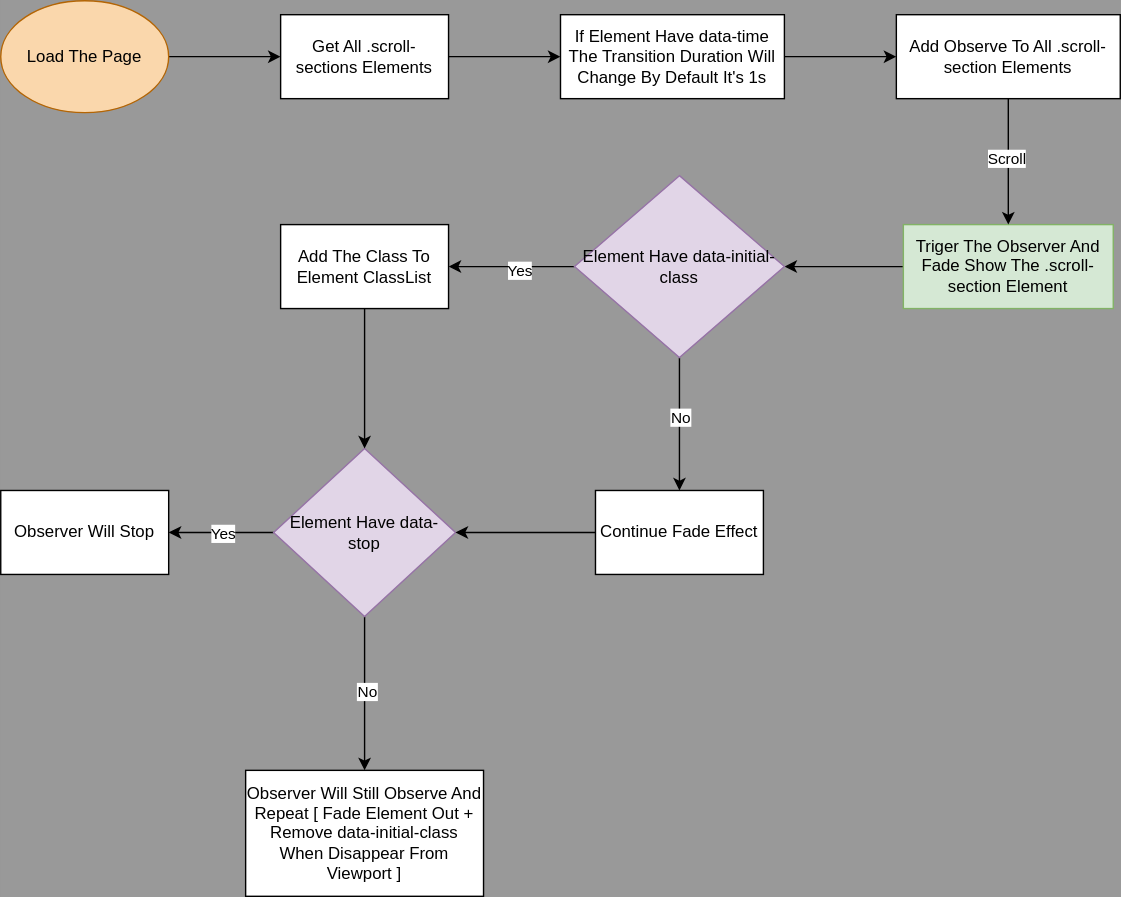
This is Flowchart.svg from kareem-dev-me/Fade-Scroll, a draw.io export, as it was before one commit. Source tidied: cells renumbered, new cells last; positions are measured from the earlier drawing's top-left corner, leaving out a move shared by most shapes.
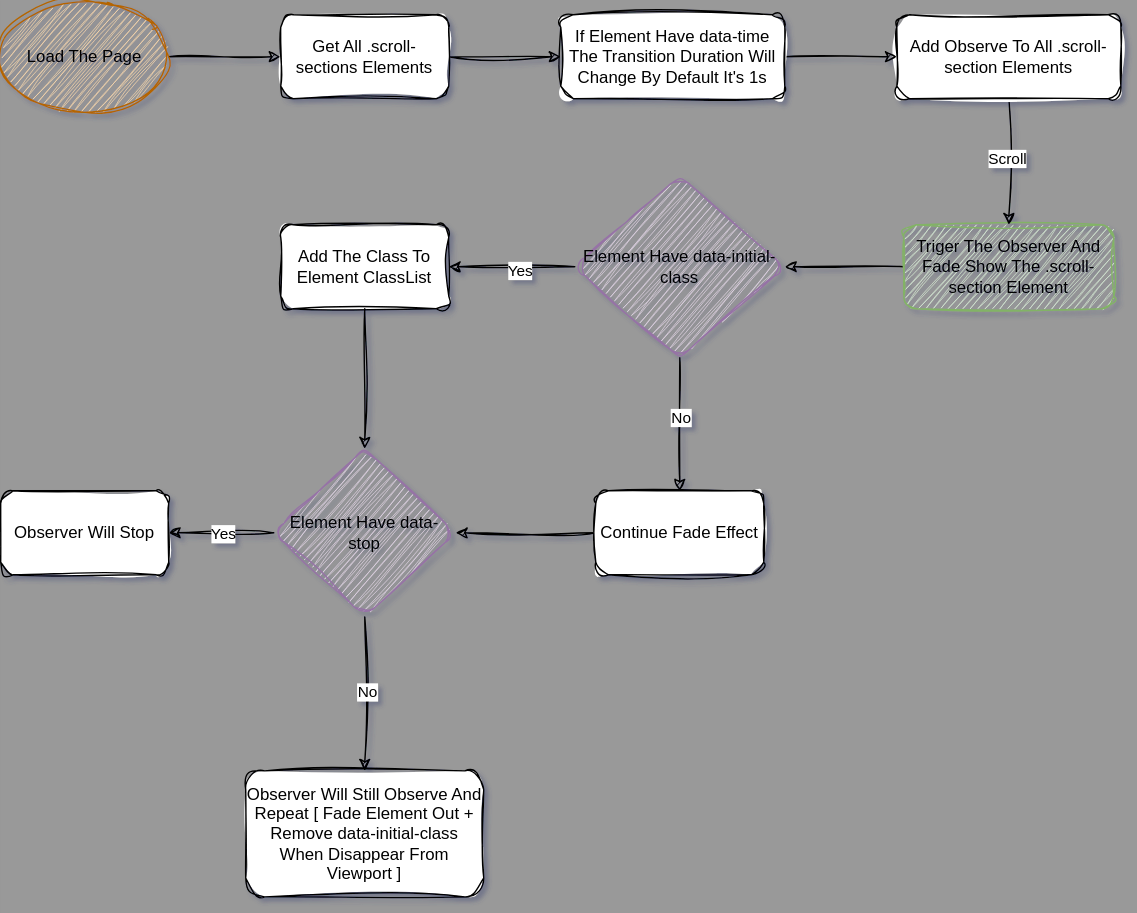
After the change.

What changed in the source:
```diff
@@ -1,92 +1,92 @@
-<mxGraphModel background="#999999">
+<mxGraphModel background="#999999" shadow="1">
   <root>
     <mxCell id="0" />
     <mxCell id="1" parent="0" />
-    <mxCell id="2" style="edgeStyle=orthogonalEdgeStyle;rounded=0;jettySize=auto;html=1;" parent="1" edge="1" source="3" target="22">
+    <mxCell id="2" style="edgeStyle=orthogonalEdgeStyle;rounded=1;jettySize=auto;html=1;sketch=1;curveFitting=1;jiggle=2;" parent="1" edge="1" source="3" target="22">
       <mxGeometry relative="1" as="geometry" />
     </mxCell>
-    <mxCell id="3" value="Triger The Observer And Fade Show The .scroll-section Element" style="rounded=0;whiteSpace=wrap;html=1;fillColor=#d5e8d4;strokeColor=#82b366;" parent="1" vertex="1">
+    <mxCell id="3" value="Triger The Observer And Fade Show The .scroll-section Element" style="rounded=1;whiteSpace=wrap;html=1;fillColor=#d5e8d4;strokeColor=#82b366;sketch=1;curveFitting=1;jiggle=2;" parent="1" vertex="1">
       <mxGeometry x="645" y="160" width="150" height="60" as="geometry" />
     </mxCell>
-    <mxCell id="4" style="edgeStyle=orthogonalEdgeStyle;rounded=0;jettySize=auto;html=1;" parent="1" edge="1" source="6" target="3">
+    <mxCell id="4" style="edgeStyle=orthogonalEdgeStyle;rounded=1;jettySize=auto;html=1;sketch=1;curveFitting=1;jiggle=2;" parent="1" edge="1" source="6" target="3">
       <mxGeometry relative="1" as="geometry" />
     </mxCell>
-    <mxCell id="5" value="Scroll" style="edgeLabel;html=1;align=center;verticalAlign=middle;" parent="4" vertex="1">
+    <mxCell id="5" value="Scroll" style="edgeLabel;html=1;align=center;verticalAlign=middle;sketch=1;curveFitting=1;jiggle=2;rounded=1;" parent="4" vertex="1">
       <mxGeometry x="-0.08" y="-2" relative="1" as="geometry">
         <mxPoint y="1" as="offset" />
       </mxGeometry>
     </mxCell>
-    <mxCell id="6" value="Add Observe To All .scroll-section Elements" style="rounded=0;whiteSpace=wrap;html=1;" parent="1" vertex="1">
+    <mxCell id="6" value="Add Observe To All .scroll-section Elements" style="rounded=1;whiteSpace=wrap;html=1;sketch=1;curveFitting=1;jiggle=2;" parent="1" vertex="1">
       <mxGeometry x="640" y="10" width="160" height="60" as="geometry" />
     </mxCell>
-    <mxCell id="7" style="edgeStyle=orthogonalEdgeStyle;rounded=0;jettySize=auto;html=1;" parent="1" edge="1" source="11" target="12">
+    <mxCell id="7" style="edgeStyle=orthogonalEdgeStyle;rounded=1;jettySize=auto;html=1;sketch=1;curveFitting=1;jiggle=2;" parent="1" edge="1" source="11" target="12">
       <mxGeometry relative="1" as="geometry" />
     </mxCell>
-    <mxCell id="8" value="Yes" style="edgeLabel;html=1;align=center;verticalAlign=middle;" parent="7" vertex="1">
+    <mxCell id="8" value="Yes" style="edgeLabel;html=1;align=center;verticalAlign=middle;sketch=1;curveFitting=1;jiggle=2;rounded=1;" parent="7" vertex="1">
       <mxGeometry x="-0.02" relative="1" as="geometry" />
     </mxCell>
-    <mxCell id="9" style="edgeStyle=orthogonalEdgeStyle;rounded=0;jettySize=auto;html=1;" parent="1" edge="1" source="11" target="13">
+    <mxCell id="9" style="edgeStyle=orthogonalEdgeStyle;rounded=1;jettySize=auto;html=1;sketch=1;curveFitting=1;jiggle=2;" parent="1" edge="1" source="11" target="13">
       <mxGeometry relative="1" as="geometry" />
     </mxCell>
-    <mxCell id="10" value="No" style="edgeLabel;html=1;align=center;verticalAlign=middle;" parent="9" vertex="1">
+    <mxCell id="10" value="No" style="edgeLabel;html=1;align=center;verticalAlign=middle;sketch=1;curveFitting=1;jiggle=2;rounded=1;" parent="9" vertex="1">
       <mxGeometry x="-0.05" y="1" relative="1" as="geometry">
         <mxPoint y="1" as="offset" />
       </mxGeometry>
     </mxCell>
-    <mxCell id="11" value="Element Have data-stop" style="rhombus;whiteSpace=wrap;html=1;rounded=0;fillColor=#e1d5e7;strokeColor=#9673a6;" parent="1" vertex="1">
+    <mxCell id="11" value="Element Have data-stop" style="rhombus;whiteSpace=wrap;html=1;rounded=1;fillColor=#e1d5e7;strokeColor=#9673a6;sketch=1;curveFitting=1;jiggle=2;" parent="1" vertex="1">
       <mxGeometry x="195" y="320" width="130" height="120" as="geometry" />
     </mxCell>
-    <mxCell id="12" value="Observer Will Stop" style="whiteSpace=wrap;html=1;rounded=0;" parent="1" vertex="1">
+    <mxCell id="12" value="Observer Will Stop" style="whiteSpace=wrap;html=1;rounded=1;sketch=1;curveFitting=1;jiggle=2;" parent="1" vertex="1">
       <mxGeometry y="350" width="120" height="60" as="geometry" />
     </mxCell>
-    <mxCell id="13" value="Observer Will Still Observe And Repeat [ Fade Element Out + Remove data-initial-class When Disappear From Viewport ]" style="whiteSpace=wrap;html=1;rounded=0;" parent="1" vertex="1">
+    <mxCell id="13" value="Observer Will Still Observe And Repeat [ Fade Element Out + Remove data-initial-class When Disappear From Viewport ]" style="whiteSpace=wrap;html=1;rounded=1;sketch=1;curveFitting=1;jiggle=2;" parent="1" vertex="1">
       <mxGeometry x="175" y="550" width="170" height="90" as="geometry" />
     </mxCell>
-    <mxCell id="14" style="edgeStyle=orthogonalEdgeStyle;rounded=0;jettySize=auto;html=1;" parent="1" edge="1" source="15" target="17">
+    <mxCell id="14" style="edgeStyle=orthogonalEdgeStyle;rounded=1;jettySize=auto;html=1;sketch=1;curveFitting=1;jiggle=2;" parent="1" edge="1" source="15" target="17">
       <mxGeometry relative="1" as="geometry" />
     </mxCell>
-    <mxCell id="15" value="Load The Page" style="ellipse;whiteSpace=wrap;html=1;fillColor=#fad7ac;strokeColor=#b46504;" parent="1" vertex="1">
+    <mxCell id="15" value="Load The Page" style="ellipse;whiteSpace=wrap;html=1;fillColor=#fad7ac;strokeColor=#b46504;sketch=1;curveFitting=1;jiggle=2;rounded=1;" parent="1" vertex="1">
       <mxGeometry width="120" height="80" as="geometry" />
     </mxCell>
-    <mxCell id="16" style="edgeStyle=orthogonalEdgeStyle;rounded=0;jettySize=auto;html=1;" parent="1" edge="1" source="17" target="28">
+    <mxCell id="16" style="edgeStyle=orthogonalEdgeStyle;rounded=1;jettySize=auto;html=1;sketch=1;curveFitting=1;jiggle=2;" parent="1" edge="1" source="17" target="28">
       <mxGeometry relative="1" as="geometry" />
     </mxCell>
-    <mxCell id="17" value="Get All .scroll-sections Elements" style="whiteSpace=wrap;html=1;" parent="1" vertex="1">
+    <mxCell id="17" value="Get All .scroll-sections Elements" style="whiteSpace=wrap;html=1;sketch=1;curveFitting=1;jiggle=2;rounded=1;" parent="1" vertex="1">
       <mxGeometry x="200" y="10" width="120" height="60" as="geometry" />
     </mxCell>
-    <mxCell id="18" style="edgeStyle=orthogonalEdgeStyle;rounded=0;jettySize=auto;html=1;" parent="1" edge="1" source="22" target="23">
+    <mxCell id="18" style="edgeStyle=orthogonalEdgeStyle;rounded=1;jettySize=auto;html=1;sketch=1;curveFitting=1;jiggle=2;" parent="1" edge="1" source="22" target="23">
       <mxGeometry relative="1" as="geometry" />
     </mxCell>
-    <mxCell id="19" value="Yes" style="edgeLabel;html=1;align=center;verticalAlign=middle;" parent="18" vertex="1">
+    <mxCell id="19" value="Yes" style="edgeLabel;html=1;align=center;verticalAlign=middle;sketch=1;curveFitting=1;jiggle=2;rounded=1;" parent="18" vertex="1">
       <mxGeometry x="-0.12" y="3" relative="1" as="geometry">
         <mxPoint y="-1" as="offset" />
       </mxGeometry>
     </mxCell>
-    <mxCell id="20" style="edgeStyle=orthogonalEdgeStyle;rounded=0;jettySize=auto;html=1;" parent="1" edge="1" source="22" target="25">
+    <mxCell id="20" style="edgeStyle=orthogonalEdgeStyle;rounded=1;jettySize=auto;html=1;sketch=1;curveFitting=1;jiggle=2;" parent="1" edge="1" source="22" target="25">
       <mxGeometry relative="1" as="geometry" />
     </mxCell>
-    <mxCell id="21" value="No" style="edgeLabel;html=1;align=center;verticalAlign=middle;" parent="20" vertex="1">
+    <mxCell id="21" value="No" style="edgeLabel;html=1;align=center;verticalAlign=middle;sketch=1;curveFitting=1;jiggle=2;rounded=1;" parent="20" vertex="1">
       <mxGeometry x="-0.11" relative="1" as="geometry" />
     </mxCell>
-    <mxCell id="22" value="Element Have data-initial-class" style="rhombus;whiteSpace=wrap;html=1;fillColor=#e1d5e7;strokeColor=#9673a6;rounded=0;" parent="1" vertex="1">
+    <mxCell id="22" value="Element Have data-initial-class" style="rhombus;whiteSpace=wrap;html=1;fillColor=#e1d5e7;strokeColor=#9673a6;rounded=1;sketch=1;curveFitting=1;jiggle=2;" parent="1" vertex="1">
       <mxGeometry x="410" y="125" width="150" height="130" as="geometry" />
     </mxCell>
-    <mxCell id="23" value="Add The Class To Element ClassList" style="whiteSpace=wrap;html=1;rounded=0;" parent="1" vertex="1">
+    <mxCell id="23" value="Add The Class To Element ClassList" style="whiteSpace=wrap;html=1;rounded=1;sketch=1;curveFitting=1;jiggle=2;" parent="1" vertex="1">
       <mxGeometry x="200" y="160" width="120" height="60" as="geometry" />
     </mxCell>
-    <mxCell id="24" style="edgeStyle=orthogonalEdgeStyle;rounded=0;jettySize=auto;html=1;" parent="1" edge="1" source="25" target="11">
+    <mxCell id="24" style="edgeStyle=orthogonalEdgeStyle;rounded=1;jettySize=auto;html=1;sketch=1;curveFitting=1;jiggle=2;" parent="1" edge="1" source="25" target="11">
       <mxGeometry relative="1" as="geometry" />
     </mxCell>
-    <mxCell id="25" value="Continue Fade Effect" style="whiteSpace=wrap;html=1;rounded=0;" parent="1" vertex="1">
+    <mxCell id="25" value="Continue Fade Effect" style="whiteSpace=wrap;html=1;rounded=1;sketch=1;curveFitting=1;jiggle=2;" parent="1" vertex="1">
       <mxGeometry x="425" y="350" width="120" height="60" as="geometry" />
     </mxCell>
-    <mxCell id="26" style="endArrow=classic;html=1;rounded=0;exitX=0.5;exitY=1;exitDx=0;exitDy=0;entryX=0.5;entryY=0;entryDx=0;entryDy=0;" parent="1" edge="1" source="23" target="11">
+    <mxCell id="26" style="endArrow=classic;html=1;rounded=1;exitX=0.5;exitY=1;exitDx=0;exitDy=0;entryX=0.5;entryY=0;entryDx=0;entryDy=0;sketch=1;curveFitting=1;jiggle=2;" parent="1" edge="1" source="23" target="11">
       <mxGeometry relative="1" as="geometry" />
     </mxCell>
-    <mxCell id="27" style="edgeStyle=orthogonalEdgeStyle;rounded=0;jettySize=auto;html=1;exitX=1;exitY=0.5;exitDx=0;exitDy=0;entryX=0;entryY=0.5;entryDx=0;entryDy=0;" parent="1" edge="1" source="28" target="6">
+    <mxCell id="27" style="edgeStyle=orthogonalEdgeStyle;rounded=1;jettySize=auto;html=1;exitX=1;exitY=0.5;exitDx=0;exitDy=0;entryX=0;entryY=0.5;entryDx=0;entryDy=0;sketch=1;curveFitting=1;jiggle=2;" parent="1" edge="1" source="28" target="6">
       <mxGeometry relative="1" as="geometry" />
     </mxCell>
-    <mxCell id="28" value="If Element Have data-time The Transition Duration Will Change By Default It's 1s" style="whiteSpace=wrap;html=1;" parent="1" vertex="1">
+    <mxCell id="28" value="If Element Have data-time The Transition Duration Will Change By Default It's 1s" style="whiteSpace=wrap;html=1;sketch=1;curveFitting=1;jiggle=2;rounded=1;" parent="1" vertex="1">
       <mxGeometry x="400" y="10" width="160" height="60" as="geometry" />
     </mxCell>
   </root>
```
